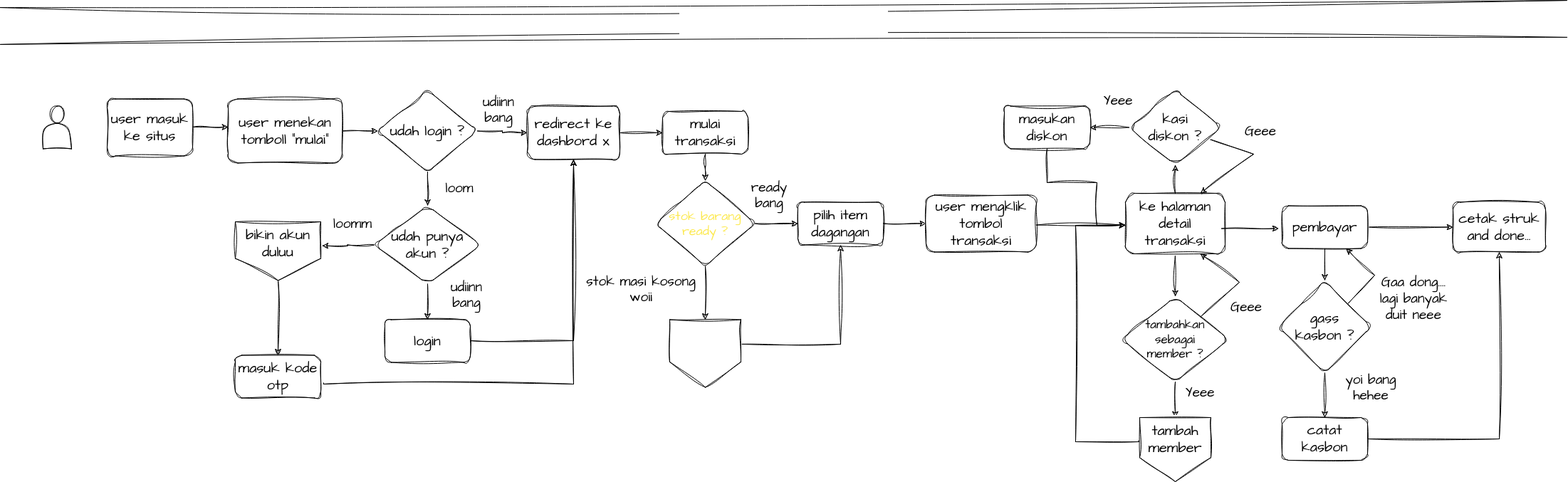
Above: Untitled Diagram.drawio.png in Petrichor-Dev/mypos (draw.io), before the change. Source tidied: cells renumbered, new cells last; positions are measured from the earlier drawing's top-left corner, leaving out a move shared by most shapes.
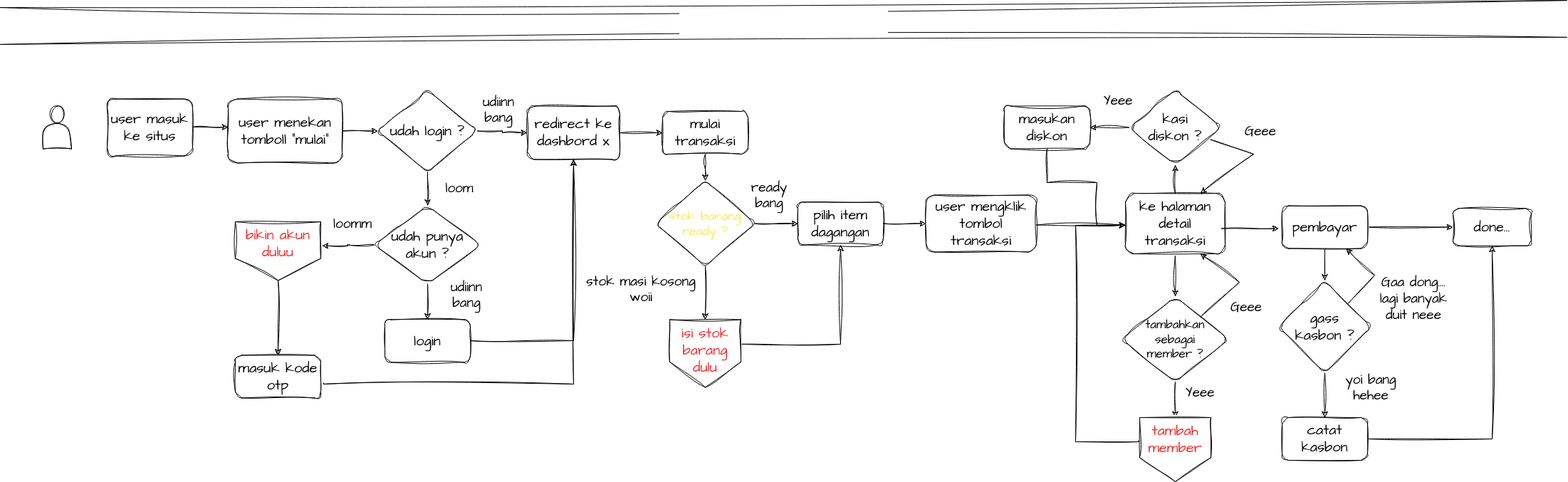
Later version of the same file.

Diff of the diagram source:
```diff
@@ -210,8 +210,8 @@
     <mxCell id="57" value="catat kasbon" style="whiteSpace=wrap;html=1;fontSize=20;fontFamily=Architects Daughter;rounded=1;sketch=1;curveFitting=1;jiggle=2;hachureGap=4;fontSource=https%3A%2F%2Ffonts.googleapis.com%2Fcss%3Ffamily%3DArchitects%2BDaughter;spacing=2;labelBackgroundColor=none;" parent="1" vertex="1">
       <mxGeometry x="1800" y="560" width="120" height="60" as="geometry" />
     </mxCell>
-    <mxCell id="58" value="&lt;div&gt;cetak struk &lt;br&gt;&lt;/div&gt;&lt;div&gt;and done...&lt;br&gt;&lt;/div&gt;" style="whiteSpace=wrap;html=1;fontSize=20;fontFamily=Architects Daughter;rounded=1;sketch=1;curveFitting=1;jiggle=2;hachureGap=4;fontSource=https%3A%2F%2Ffonts.googleapis.com%2Fcss%3Ffamily%3DArchitects%2BDaughter;spacing=2;labelBackgroundColor=none;" parent="1" vertex="1">
-      <mxGeometry x="2040" y="257.5" width="130" height="70" as="geometry" />
+    <mxCell id="58" value="done..." style="whiteSpace=wrap;html=1;fontSize=20;fontFamily=Architects Daughter;rounded=1;sketch=1;curveFitting=1;jiggle=2;hachureGap=4;fontSource=https%3A%2F%2Ffonts.googleapis.com%2Fcss%3Ffamily%3DArchitects%2BDaughter;spacing=2;labelBackgroundColor=none;" parent="1" vertex="1">
+      <mxGeometry x="2040" y="266.2" width="110" height="52.5" as="geometry" />
     </mxCell>
     <mxCell id="59" value="&lt;font style=&quot;font-size: 19px;&quot;&gt;yoi bang&lt;/font&gt; hehee " style="text;strokeColor=none;align=center;fillColor=none;html=1;verticalAlign=middle;whiteSpace=wrap;rounded=0;sketch=1;hachureGap=4;jiggle=2;curveFitting=1;fontFamily=Architects Daughter;fontSource=https%3A%2F%2Ffonts.googleapis.com%2Fcss%3Ffamily%3DArchitects%2BDaughter;fontSize=19;labelBackgroundColor=none;" parent="1" vertex="1">
       <mxGeometry x="1870" y="497.5" width="110" height="40" as="geometry" />
@@ -237,7 +237,7 @@
     <mxCell id="64" style="shape=actor;whiteSpace=wrap;html=1;sketch=1;hachureGap=4;jiggle=2;curveFitting=1;fontFamily=Architects Daughter;fontSource=https%3A%2F%2Ffonts.googleapis.com%2Fcss%3Ffamily%3DArchitects%2BDaughter;fontSize=20;" parent="1" vertex="1">
       <mxGeometry x="60" y="122.5" width="40" height="60" as="geometry" />
     </mxCell>
-    <mxCell id="65" value="&lt;font color=&quot;#ffffff&quot;&gt;isi stok barang dulu&lt;/font&gt;" style="shape=offPageConnector;whiteSpace=wrap;html=1;sketch=1;hachureGap=4;jiggle=2;curveFitting=1;fontFamily=Architects Daughter;fontSource=https%3A%2F%2Ffonts.googleapis.com%2Fcss%3Ffamily%3DArchitects%2BDaughter;fontSize=20;verticalAlign=top;" parent="1" vertex="1">
+    <mxCell id="65" value="&lt;font color=&quot;#ef2929&quot;&gt;isi stok barang dulu&lt;/font&gt;" style="shape=offPageConnector;whiteSpace=wrap;html=1;sketch=1;hachureGap=4;jiggle=2;curveFitting=1;fontFamily=Architects Daughter;fontSource=https%3A%2F%2Ffonts.googleapis.com%2Fcss%3Ffamily%3DArchitects%2BDaughter;fontSize=20;verticalAlign=top;" parent="1" vertex="1">
       <mxGeometry x="940" y="422.5" width="100" height="95" as="geometry" />
     </mxCell>
     <mxCell id="66" value="Geee" style="text;strokeColor=none;align=center;fillColor=none;html=1;verticalAlign=middle;whiteSpace=wrap;rounded=0;sketch=1;hachureGap=4;jiggle=2;curveFitting=1;fontFamily=Architects Daughter;fontSource=https%3A%2F%2Ffonts.googleapis.com%2Fcss%3Ffamily%3DArchitects%2BDaughter;fontSize=19;labelBackgroundColor=none;" parent="1" vertex="1">
@@ -249,10 +249,10 @@
     <mxCell id="68" value="&lt;div&gt;Gaa dong....&lt;/div&gt;&lt;div&gt;lagi banyak duit neee&lt;br&gt;&lt;/div&gt;" style="text;strokeColor=none;align=center;fillColor=none;html=1;verticalAlign=middle;whiteSpace=wrap;rounded=0;sketch=1;hachureGap=4;jiggle=2;curveFitting=1;fontFamily=Architects Daughter;fontSource=https%3A%2F%2Ffonts.googleapis.com%2Fcss%3Ffamily%3DArchitects%2BDaughter;fontSize=19;labelBackgroundColor=none;" parent="1" vertex="1">
       <mxGeometry x="1930" y="372.5" width="110" height="40" as="geometry" />
     </mxCell>
-    <mxCell id="69" value="tambah member" style="shape=offPageConnector;whiteSpace=wrap;html=1;sketch=1;hachureGap=4;jiggle=2;curveFitting=1;fontFamily=Architects Daughter;fontSource=https%3A%2F%2Ffonts.googleapis.com%2Fcss%3Ffamily%3DArchitects%2BDaughter;fontSize=20;verticalAlign=top;" parent="1" vertex="1">
+    <mxCell id="69" value="&lt;font color=&quot;#ef2929&quot;&gt;tambah member&lt;/font&gt;" style="shape=offPageConnector;whiteSpace=wrap;html=1;sketch=1;hachureGap=4;jiggle=2;curveFitting=1;fontFamily=Architects Daughter;fontSource=https%3A%2F%2Ffonts.googleapis.com%2Fcss%3Ffamily%3DArchitects%2BDaughter;fontSize=20;verticalAlign=top;" parent="1" vertex="1">
       <mxGeometry x="1600" y="560" width="100" height="90" as="geometry" />
     </mxCell>
-    <mxCell id="70" value="bikin akun duluu" style="shape=offPageConnector;whiteSpace=wrap;html=1;sketch=1;hachureGap=4;jiggle=2;curveFitting=1;fontFamily=Architects Daughter;fontSource=https%3A%2F%2Ffonts.googleapis.com%2Fcss%3Ffamily%3DArchitects%2BDaughter;fontSize=20;verticalAlign=top;" parent="1" vertex="1">
+    <mxCell id="70" value="&lt;font color=&quot;#ef2929&quot;&gt;bikin akun duluu&lt;/font&gt;" style="shape=offPageConnector;whiteSpace=wrap;html=1;sketch=1;hachureGap=4;jiggle=2;curveFitting=1;fontFamily=Architects Daughter;fontSource=https%3A%2F%2Ffonts.googleapis.com%2Fcss%3Ffamily%3DArchitects%2BDaughter;fontSize=20;verticalAlign=top;" parent="1" vertex="1">
       <mxGeometry x="330" y="285" width="120" height="82.5" as="geometry" />
     </mxCell>
   </root>
```
